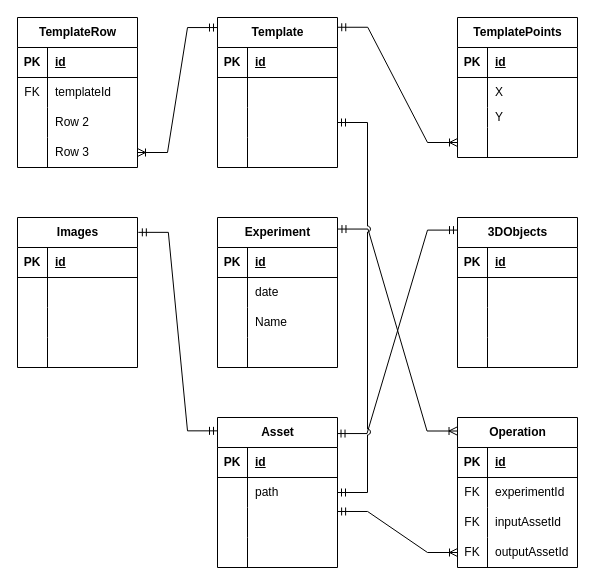
Above: page "ERD" (11 of 11) of Docs/Diagrams.drawio.xml in okashaluai/Fingerprint-Biometric-Research-Tool (draw.io), before the change. Source tidied: cells renumbered, new cells numbered last; positions are measured from the earlier drawing's top-left corner, leaving out a move shared by most shapes. Both pictures are drawn from the tidied source at 100%, with x=0, y=0 at pixel (17, 17).
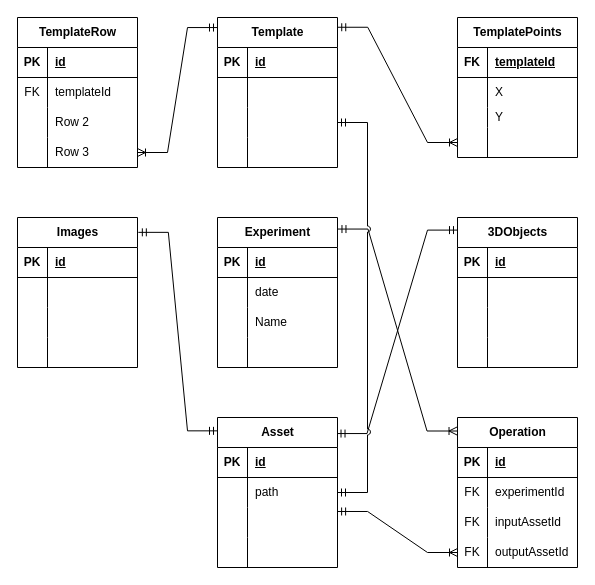
The same diagram, later.

Unchanged cells that the change refers to:
```xml
<mxCell id="29" style="shape=tableRow;horizontal=0;startSize=0;swimlaneHead=0;swimlaneBody=0;fillColor=none;top=0;left=0;right=0;bottom=1;" parent="28" vertex="1">
  <mxGeometry y="30" width="120" height="30" as="geometry" />
</mxCell>
```

Diff of the diagram source:
```diff
@@
-    <mxCell id="30" value="PK" style="shape=partialRectangle;fillColor=none;top=0;left=0;bottom=0;right=0;fontStyle=1;overflow=hidden;whiteSpace=wrap;html=1;" parent="29" vertex="1">
+    <mxCell id="30" value="FK" style="shape=partialRectangle;fillColor=none;top=0;left=0;bottom=0;right=0;fontStyle=1;overflow=hidden;whiteSpace=wrap;html=1;" parent="29" vertex="1">
       <mxGeometry width="30" height="30" as="geometry" />
     </mxCell>
-    <mxCell id="31" value="id" style="shape=partialRectangle;fillColor=none;top=0;left=0;bottom=0;right=0;align=left;spacingLeft=6;fontStyle=5;overflow=hidden;whiteSpace=wrap;html=1;" parent="29" vertex="1">
+    <mxCell id="31" value="templateId" style="shape=partialRectangle;fillColor=none;top=0;left=0;bottom=0;right=0;align=left;spacingLeft=6;fontStyle=5;overflow=hidden;whiteSpace=wrap;html=1;" parent="29" vertex="1">
       <mxGeometry x="30" width="90" height="30" as="geometry" />
     </mxCell>
```
